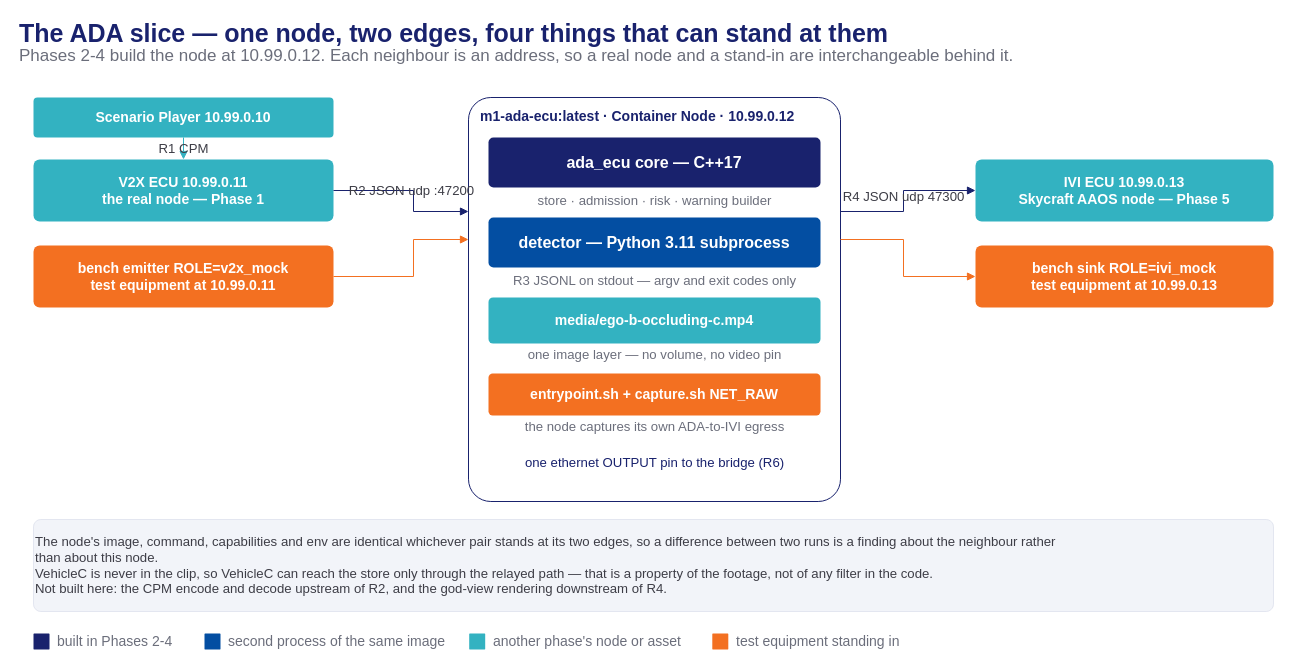
This is presentation/assets/phase2-4-ada-slice.drawio from mnpham2101/FPT-Hackathon2026, a draw.io file, before an edit. Source tidied: cells renumbered, new cells numbered last; positions are measured from the earlier drawing's top-left corner, leaving out a move shared by most shapes. Both pictures are drawn from the tidied source at 100%, with x=0, y=0 at pixel (17, 21).
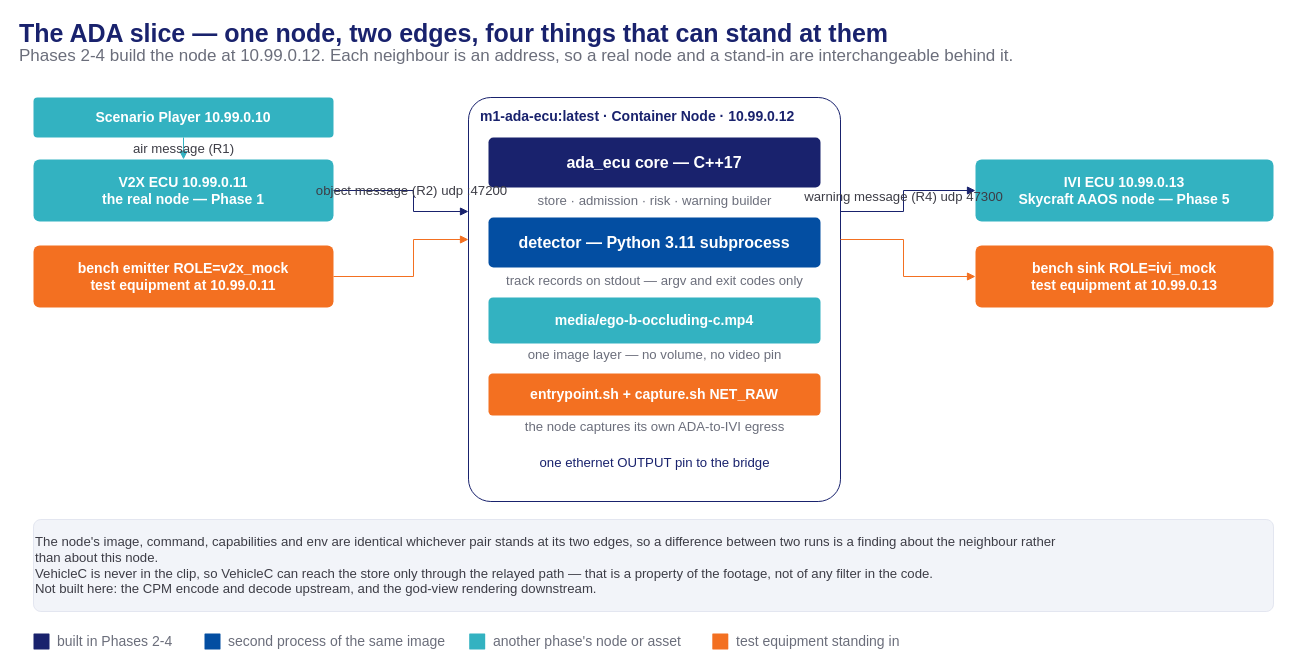
The same diagram, later.

Diff of the diagram source:
```diff
@@
-    <mxCell id="8" value="R3 JSONL on stdout — argv and exit codes only" style="text;html=1;align=center;verticalAlign=middle;fontSize=13.2;fontColor=#6b6e7b;fontStyle=0;" parent="1" vertex="1">
+    <mxCell id="8" value="track records on stdout — argv and exit codes only" style="text;html=1;align=center;verticalAlign=middle;fontSize=13.2;fontColor=#6b6e7b;fontStyle=0;" parent="1" vertex="1">
       <mxGeometry x="471" y="250" width="332" height="18" as="geometry" />
     </mxCell>
@@
-    <mxCell id="13" value="one ethernet OUTPUT pin to the bridge (R6)" style="text;html=1;align=center;verticalAlign=middle;fontSize=13.2;fontColor=#19226D;fontStyle=0;" parent="1" vertex="1">
+    <mxCell id="13" value="one ethernet OUTPUT pin to the bridge" style="text;html=1;align=center;verticalAlign=middle;fontSize=13.2;fontColor=#19226D;fontStyle=0;" parent="1" vertex="1">
       <mxGeometry x="471" y="432" width="332" height="18" as="geometry" />
     </mxCell>
@@
-    <mxCell id="17" value="R1 CPM" style="html=1;endArrow=block;endFill=1;strokeColor=#33B2C1;edgeStyle=orthogonalEdgeStyle;rounded=0;fontSize=13.2;fontColor=#3d3d46;labelBackgroundColor=none;" parent="1" edge="1">
+    <mxCell id="17" value="air message (R1)" style="html=1;endArrow=block;endFill=1;strokeColor=#33B2C1;edgeStyle=orthogonalEdgeStyle;rounded=0;fontSize=13.2;fontColor=#3d3d46;labelBackgroundColor=none;" parent="1" edge="1">
       <mxGeometry relative="1" as="geometry">
         <mxPoint x="166" y="116" as="sourcePoint" />
         <mxPoint x="166" y="138" as="targetPoint" />
       </mxGeometry>
     </mxCell>
-    <mxCell id="18" value="R2 JSON  udp :47200" style="html=1;endArrow=block;endFill=1;strokeColor=#19226D;edgeStyle=orthogonalEdgeStyle;rounded=0;fontSize=13.2;fontColor=#3d3d46;labelBackgroundColor=none;" parent="1" edge="1">
+    <mxCell id="18" value="object message (R2)  udp :47200" style="html=1;endArrow=block;endFill=1;strokeColor=#19226D;edgeStyle=orthogonalEdgeStyle;rounded=0;fontSize=13.2;fontColor=#3d3d46;labelBackgroundColor=none;" parent="1" edge="1">
       <mxGeometry relative="1" as="geometry">
         <mxPoint x="316" y="169" as="sourcePoint" />
         <mxPoint x="451" y="190" as="targetPoint" />
         <Array as="points">
           <mxPoint x="396" y="169" />
           <mxPoint x="396" y="190" />
         </Array>
       </mxGeometry>
     </mxCell>
@@
-    <mxCell id="22" value="R4 JSON  udp 47300" style="html=1;endArrow=block;endFill=1;strokeColor=#19226D;edgeStyle=orthogonalEdgeStyle;rounded=0;fontSize=13.2;fontColor=#3d3d46;labelBackgroundColor=none;" parent="1" edge="1">
+    <mxCell id="22" value="warning message (R4)  udp 47300" style="html=1;endArrow=block;endFill=1;strokeColor=#19226D;edgeStyle=orthogonalEdgeStyle;rounded=0;fontSize=13.2;fontColor=#3d3d46;labelBackgroundColor=none;" parent="1" edge="1">
       <mxGeometry relative="1" as="geometry">
         <mxPoint x="823" y="190" as="sourcePoint" />
         <mxPoint x="958" y="169" as="targetPoint" />
         <Array as="points">
           <mxPoint x="886" y="190" />
           <mxPoint x="886" y="169" />
         </Array>
       </mxGeometry>
     </mxCell>
@@
-    <mxCell id="24" value="The node's image, command, capabilities and env are identical whichever pair stands at its two edges, so a difference between two runs is a finding about the neighbour rather&#10;than about this node.&#10;VehicleC is never in the clip, so VehicleC can reach the store only through the relayed path — that is a property of the footage, not of any filter in the code.&#10;Not built here: the CPM encode and decode upstream of R2, and the god-view rendering downstream of R4." style="rounded=1;arcSize=8;html=1;fillColor=#f2f4f9;strokeColor=#e3e6f0;fontColor=#3d3d46;fontSize=13.2;fontStyle=0;whiteSpace=wrap;verticalAlign=middle;align=left;" parent="1" vertex="1">
+    <mxCell id="24" value="The node's image, command, capabilities and env are identical whichever pair stands at its two edges, so a difference between two runs is a finding about the neighbour rather&#10;than about this node.&#10;VehicleC is never in the clip, so VehicleC can reach the store only through the relayed path — that is a property of the footage, not of any filter in the code.&#10;Not built here: the CPM encode and decode upstream, and the god-view rendering downstream." style="rounded=1;arcSize=8;html=1;fillColor=#f2f4f9;strokeColor=#e3e6f0;fontColor=#3d3d46;fontSize=13.2;fontStyle=0;whiteSpace=wrap;verticalAlign=middle;align=left;" parent="1" vertex="1">
       <mxGeometry x="16" y="498" width="1240" height="92" as="geometry" />
     </mxCell>
```
